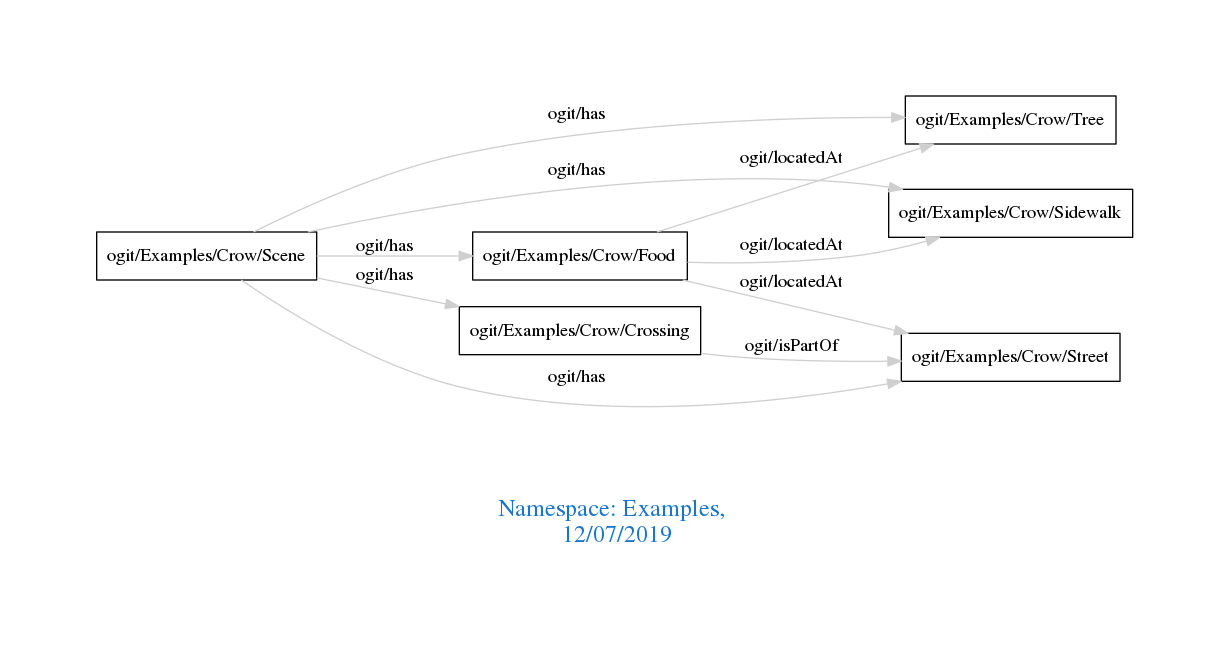
Before: downloads/Examples.png, a diagram exported from Graphviz (arago/OGIT). Its source is kept beside it as downloads/Examples.dot. Its diagram source:
```dot
digraph OGIT_ontology {
 graph [ rankdir= LR,pad=1
fontsize = 18,
fontcolor= dodgerblue3,label = "\n\n\nNamespace: Examples, \n 12/07/2019"];
node[shape=polygon];
edge [  color="gray81"];

   "ogit/Examples/Crow/Food" -> "ogit/Examples/Crow/Tree" [label="   ogit/locatedAt    "];
   "ogit/Examples/Crow/Food" -> "ogit/Examples/Crow/Street" [label="   ogit/locatedAt    "];
   "ogit/Examples/Crow/Food" -> "ogit/Examples/Crow/Sidewalk" [label="   ogit/locatedAt    "];
   "ogit/Examples/Crow/Scene" -> "ogit/Examples/Crow/Food" [label="   ogit/has    "];
   "ogit/Examples/Crow/Scene" -> "ogit/Examples/Crow/Tree" [label="   ogit/has    "];
   "ogit/Examples/Crow/Scene" -> "ogit/Examples/Crow/Street" [label="   ogit/has    "];
   "ogit/Examples/Crow/Scene" -> "ogit/Examples/Crow/Crossing" [label="   ogit/has    "];
   "ogit/Examples/Crow/Scene" -> "ogit/Examples/Crow/Sidewalk" [label="   ogit/has    "];
   "ogit/Examples/Crow/Crossing" -> "ogit/Examples/Crow/Street" [label="   ogit/isPartOf    "];
}
```
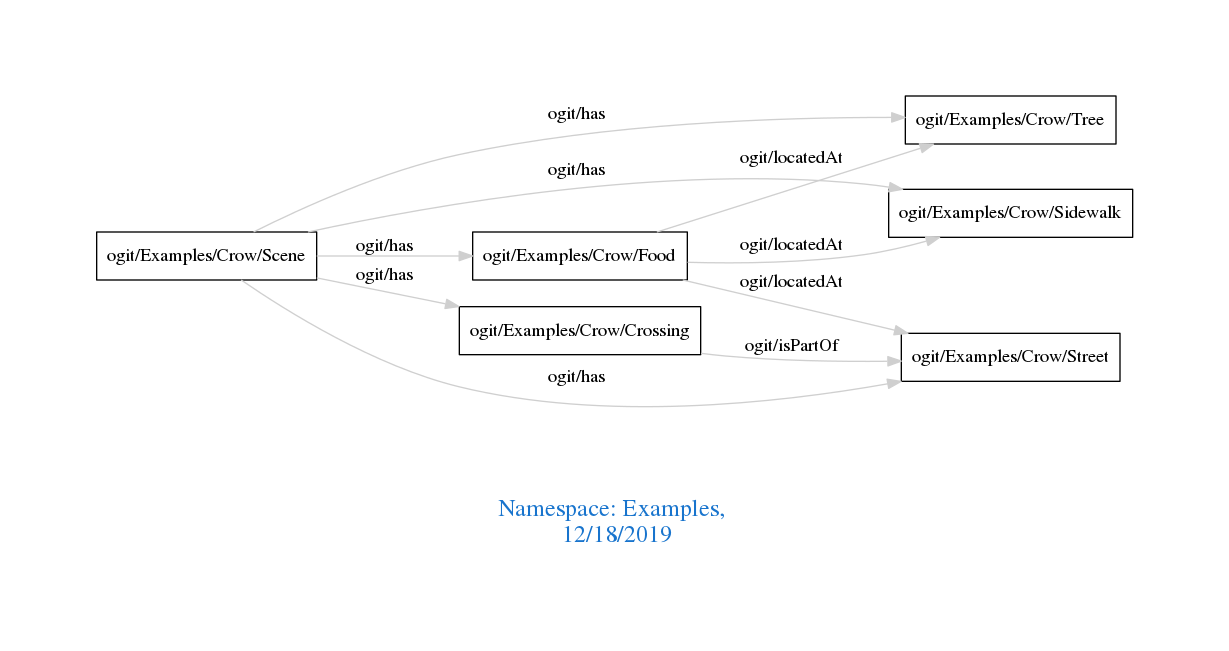
The same diagram one commit later.

What changed in the source:
```diff
@@ -1,7 +1,7 @@
 digraph OGIT_ontology {
  graph [ rankdir= LR,pad=1
 fontsize = 18,
-fontcolor= dodgerblue3,label = "\n\n\nNamespace: Examples, \n 12/07/2019"];
+fontcolor= dodgerblue3,label = "\n\n\nNamespace: Examples, \n 12/18/2019"];
 node[shape=polygon];
 edge [  color="gray81"];
 
```
